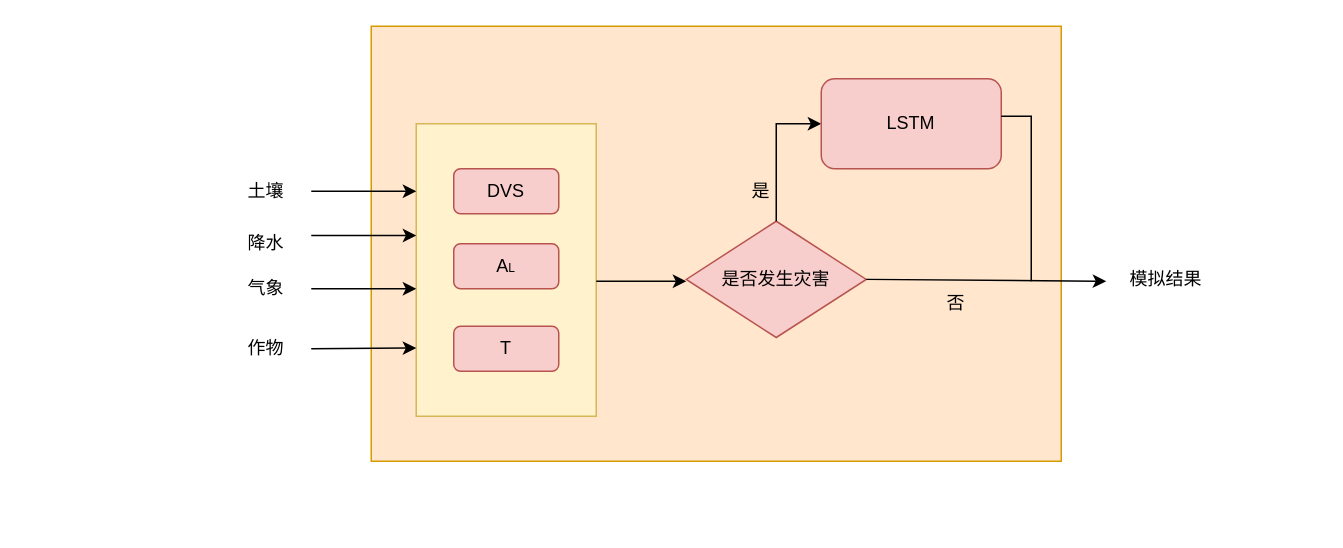
The draw.io diagram 毕设-后端算法框架.drawio in Kakoyi945/cloud, before the edit. Source tidied: cells renumbered, new cells numbered last; positions are measured from the earlier drawing's top-left corner, leaving out a move shared by most shapes. Both pictures are drawn from the tidied source at 150%, with x=0, y=0 at pixel (213, 26).
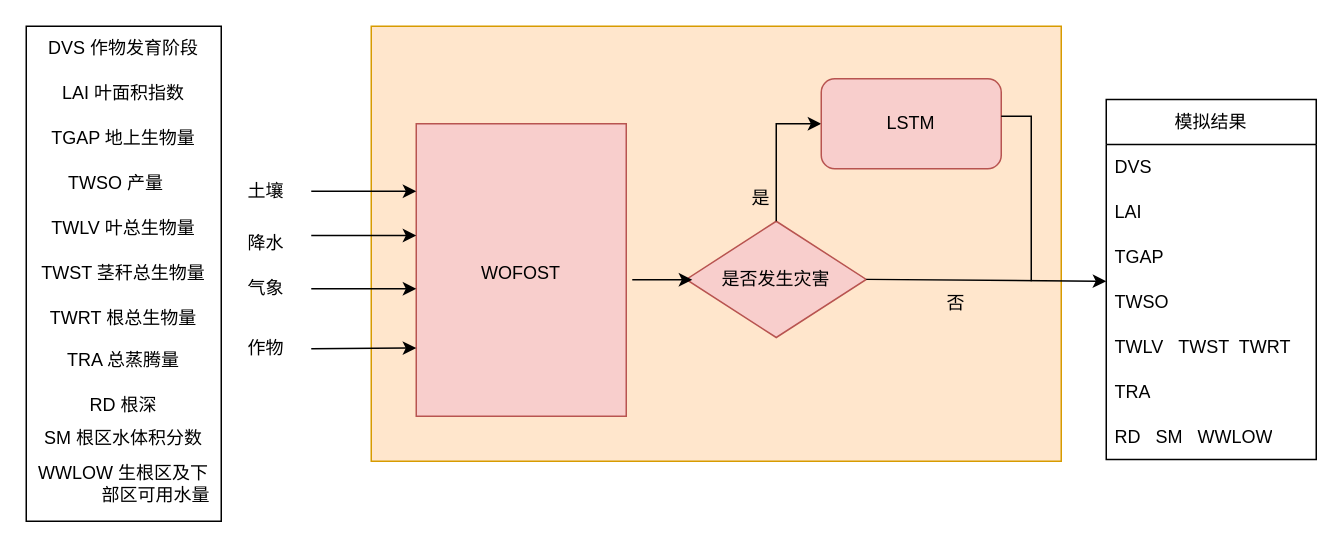
After the change.

Commit message:
更新毕设-后端算法框架.drawio

Change to the diagram source:
```diff
@@
-    <mxCell id="3" style="rounded=0;whiteSpace=wrap;html=1;fillColor=#fff2cc;strokeColor=#d6b656;" parent="1" vertex="1">
-      <mxGeometry x="135" y="65" width="120" height="195" as="geometry" />
+    <mxCell id="3" style="rounded=0;whiteSpace=wrap;html=1;fillColor=#f8cecc;strokeColor=#b85450;" parent="1" vertex="1">
+      <mxGeometry x="135" y="65" width="140" height="195" as="geometry" />
     </mxCell>
-    <mxCell id="4" value="DVS" style="rounded=1;whiteSpace=wrap;html=1;fillColor=#f8cecc;strokeColor=#b85450;" parent="1" vertex="1">
-      <mxGeometry x="160" y="95" width="70" height="30" as="geometry" />
-    </mxCell>
@@
-    <mxCell id="6" value="A&lt;font style=&quot;font-size: 8px;&quot;&gt;L&lt;/font&gt;" style="rounded=1;whiteSpace=wrap;html=1;fillColor=#f8cecc;strokeColor=#b85450;" parent="1" vertex="1">
-      <mxGeometry x="160" y="145" width="70" height="30" as="geometry" />
-    </mxCell>
-    <mxCell id="7" value="T" style="rounded=1;whiteSpace=wrap;html=1;fillColor=#f8cecc;strokeColor=#b85450;" parent="1" vertex="1">
-      <mxGeometry x="160" y="200" width="70" height="30" as="geometry" />
-    </mxCell>
@@
-    <mxCell id="16" style="endArrow=classic;html=1;rounded=0;" parent="1" edge="1">
-      <mxGeometry relative="1" as="geometry">
-        <mxPoint x="255" y="170" as="sourcePoint" />
-        <mxPoint x="315" y="170" as="targetPoint" />
-      </mxGeometry>
-    </mxCell>
@@
-    <mxCell id="20" value="是" style="text;html=1;strokeColor=none;fillColor=none;align=center;verticalAlign=middle;whiteSpace=wrap;rounded=0;" parent="1" vertex="1">
-      <mxGeometry x="335" y="95" width="60" height="30" as="geometry" />
-    </mxCell>
@@
+    <mxCell id="24" value="&lt;br&gt;&lt;br&gt;" style="rounded=0;whiteSpace=wrap;html=1;" parent="1" vertex="1">
+      <mxGeometry x="-125" width="130" height="330" as="geometry" />
+    </mxCell>
+    <mxCell id="25" style="endArrow=classic;html=1;rounded=0;" parent="1" edge="1">
+      <mxGeometry relative="1" as="geometry">
+        <mxPoint x="279" y="169" as="sourcePoint" />
+        <mxPoint x="319" y="169" as="targetPoint" />
+      </mxGeometry>
+    </mxCell>
+    <mxCell id="26" value="DVS 作物发育阶段" style="text;html=1;strokeColor=none;fillColor=none;align=center;verticalAlign=middle;whiteSpace=wrap;rounded=0;" parent="1" vertex="1">
+      <mxGeometry x="-120" width="120" height="30" as="geometry" />
+    </mxCell>
+    <mxCell id="27" value="LAI 叶面积指数" style="text;html=1;strokeColor=none;fillColor=none;align=center;verticalAlign=middle;whiteSpace=wrap;rounded=0;" parent="1" vertex="1">
+      <mxGeometry x="-120" y="30" width="120" height="30" as="geometry" />
+    </mxCell>
+    <mxCell id="28" value="TGAP 地上生物量" style="text;html=1;strokeColor=none;fillColor=none;align=center;verticalAlign=middle;whiteSpace=wrap;rounded=0;" parent="1" vertex="1">
+      <mxGeometry x="-120" y="60" width="120" height="30" as="geometry" />
+    </mxCell>
+    <mxCell id="29" value="TWSO 产量" style="text;html=1;strokeColor=none;fillColor=none;align=center;verticalAlign=middle;whiteSpace=wrap;rounded=0;" parent="1" vertex="1">
+      <mxGeometry x="-125" y="90" width="120" height="30" as="geometry" />
+    </mxCell>
+    <mxCell id="30" value="TWLV 叶总生物量" style="text;html=1;strokeColor=none;fillColor=none;align=center;verticalAlign=middle;whiteSpace=wrap;rounded=0;" parent="1" vertex="1">
+      <mxGeometry x="-120" y="120" width="120" height="30" as="geometry" />
+    </mxCell>
+    <mxCell id="31" value="TWST 茎秆总生物量" style="text;html=1;strokeColor=none;fillColor=none;align=center;verticalAlign=middle;whiteSpace=wrap;rounded=0;" parent="1" vertex="1">
+      <mxGeometry x="-120" y="150" width="120" height="30" as="geometry" />
+    </mxCell>
+    <mxCell id="32" value="TWRT 根总生物量" style="text;html=1;strokeColor=none;fillColor=none;align=center;verticalAlign=middle;whiteSpace=wrap;rounded=0;" parent="1" vertex="1">
+      <mxGeometry x="-120" y="180" width="120" height="30" as="geometry" />
+    </mxCell>
+    <mxCell id="33" value="TRA 总蒸腾量" style="text;html=1;strokeColor=none;fillColor=none;align=center;verticalAlign=middle;whiteSpace=wrap;rounded=0;" parent="1" vertex="1">
+      <mxGeometry x="-120" y="207.5" width="120" height="30" as="geometry" />
+    </mxCell>
+    <mxCell id="34" value="RD 根深" style="text;html=1;strokeColor=none;fillColor=none;align=center;verticalAlign=middle;whiteSpace=wrap;rounded=0;" parent="1" vertex="1">
+      <mxGeometry x="-120" y="237.5" width="120" height="30" as="geometry" />
+    </mxCell>
+    <mxCell id="35" value="SM 根区水体积分数" style="text;html=1;strokeColor=none;fillColor=none;align=center;verticalAlign=middle;whiteSpace=wrap;rounded=0;" parent="1" vertex="1">
+      <mxGeometry x="-120" y="260" width="120" height="30" as="geometry" />
+    </mxCell>
+    <mxCell id="36" value="WWLOW 生根区及下&lt;br&gt;&amp;nbsp; &amp;nbsp; &amp;nbsp; &amp;nbsp; &amp;nbsp; &amp;nbsp; &amp;nbsp;部区可用水量" style="text;html=1;strokeColor=none;fillColor=none;align=center;verticalAlign=middle;whiteSpace=wrap;rounded=0;" parent="1" vertex="1">
+      <mxGeometry x="-120" y="290" width="120" height="30" as="geometry" />
+    </mxCell>
+    <mxCell id="37" value="WOFOST" style="text;html=1;strokeColor=none;fillColor=none;align=center;verticalAlign=middle;whiteSpace=wrap;rounded=0;" parent="1" vertex="1">
+      <mxGeometry x="175" y="150" width="60" height="30" as="geometry" />
+    </mxCell>
-    <mxCell id="23" value="模拟结果" style="text;html=1;strokeColor=none;fillColor=none;align=center;verticalAlign=middle;whiteSpace=wrap;rounded=0;" parent="1" vertex="1">
-      <mxGeometry x="605" y="153.8" width="60" height="30" as="geometry" />
+    <mxCell id="23" value="模拟结果" style="swimlane;fontStyle=0;horizontal=1;startSize=30;whiteSpace=wrap;html=1;" parent="1" vertex="1">
+      <mxGeometry x="595" y="48.8" width="140" height="240" as="geometry" />
     </mxCell>
+    <mxCell id="4" value="DVS" style="text;strokeColor=none;fillColor=none;align=left;verticalAlign=middle;spacingLeft=4;spacingRight=4;overflow=hidden;whiteSpace=wrap;html=1;" parent="23" vertex="1">
+      <mxGeometry y="30" width="140" height="30" as="geometry" />
+    </mxCell>
+    <mxCell id="38" value="LAI" style="text;strokeColor=none;fillColor=none;align=left;verticalAlign=middle;spacingLeft=4;spacingRight=4;overflow=hidden;whiteSpace=wrap;html=1;" parent="23" vertex="1">
+      <mxGeometry y="60" width="140" height="30" as="geometry" />
+    </mxCell>
+    <mxCell id="39" value="TGAP" style="text;strokeColor=none;fillColor=none;align=left;verticalAlign=middle;spacingLeft=4;spacingRight=4;overflow=hidden;whiteSpace=wrap;html=1;" parent="23" vertex="1">
+      <mxGeometry y="90" width="140" height="30" as="geometry" />
+    </mxCell>
+    <mxCell id="40" value="TWSO" style="text;strokeColor=none;fillColor=none;align=left;verticalAlign=middle;spacingLeft=4;spacingRight=4;overflow=hidden;whiteSpace=wrap;html=1;" parent="23" vertex="1">
+      <mxGeometry y="120" width="140" height="30" as="geometry" />
+    </mxCell>
+    <mxCell id="41" value="TWLV&amp;nbsp; &amp;nbsp;TWST&amp;nbsp; TWRT&amp;nbsp;" style="text;strokeColor=none;fillColor=none;align=left;verticalAlign=middle;spacingLeft=4;spacingRight=4;overflow=hidden;whiteSpace=wrap;html=1;" parent="23" vertex="1">
+      <mxGeometry y="150" width="140" height="30" as="geometry" />
+    </mxCell>
+    <mxCell id="42" value="TRA" style="text;strokeColor=none;fillColor=none;align=left;verticalAlign=middle;spacingLeft=4;spacingRight=4;overflow=hidden;whiteSpace=wrap;html=1;" parent="23" vertex="1">
+      <mxGeometry y="180" width="140" height="30" as="geometry" />
+    </mxCell>
+    <mxCell id="43" value="RD&amp;nbsp; &amp;nbsp;SM&amp;nbsp; &amp;nbsp;WWLOW" style="text;strokeColor=none;fillColor=none;align=left;verticalAlign=middle;spacingLeft=4;spacingRight=4;overflow=hidden;whiteSpace=wrap;html=1;" parent="23" vertex="1">
+      <mxGeometry y="210" width="140" height="30" as="geometry" />
+    </mxCell>
+    <mxCell id="20" value="是" style="text;html=1;strokeColor=none;fillColor=none;align=center;verticalAlign=middle;whiteSpace=wrap;rounded=0;" parent="1" vertex="1">
+      <mxGeometry x="335" y="100" width="60" height="30" as="geometry" />
+    </mxCell>
```
